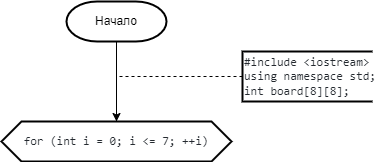
Above: 2 Семестр/Labs/1 Лаба(8 ферзей)/8 ферзей.png in IlyaFedoseev227/LABS-PNRPU-IVT-22-1b (draw.io), before the change. Source tidied: cells renumbered, new cells last; positions are measured from the earlier drawing's top-left corner, leaving out a move shared by most shapes. Its diagram source:
```xml
<mxGraphModel>
  <root>
    <mxCell id="0" />
    <mxCell id="1" parent="0" />
    <mxCell id="2" style="edgeStyle=orthogonalEdgeStyle;rounded=0;jettySize=auto;html=1;exitX=0.5;exitY=1;exitDx=0;exitDy=0;exitPerimeter=0;entryX=0.5;entryY=0;entryDx=0;entryDy=0;" parent="1" edge="1" source="3" target="6">
      <mxGeometry relative="1" as="geometry" />
    </mxCell>
    <mxCell id="3" value="Начало" style="strokeWidth=2;html=1;shape=mxgraph.flowchart.terminator;whiteSpace=wrap;" parent="1" vertex="1">
      <mxGeometry x="65" width="100" height="40" as="geometry" />
    </mxCell>
    <mxCell id="4" style="edgeStyle=orthogonalEdgeStyle;rounded=0;jettySize=auto;html=1;exitX=0.5;exitY=0;exitDx=0;exitDy=0;entryX=0;entryY=0.5;entryDx=0;entryDy=0;entryPerimeter=0;dashed=1;endArrow=none;endFill=0;" parent="1" edge="1" source="6" target="5">
      <mxGeometry relative="1" as="geometry" />
    </mxCell>
    <mxCell id="5" value="&lt;div&gt;&lt;font face=&quot;ui-monospace, SFMono-Regular, SF Mono, Menlo, Consolas, Liberation Mono, monospace&quot; color=&quot;#24292f&quot;&gt;#include &amp;lt;iostream&amp;gt;&lt;/font&gt;&lt;/div&gt;&lt;div&gt;&lt;font face=&quot;ui-monospace, SFMono-Regular, SF Mono, Menlo, Consolas, Liberation Mono, monospace&quot; color=&quot;#24292f&quot;&gt;using namespace std;&lt;/font&gt;&lt;/div&gt;&lt;div&gt;&lt;font face=&quot;ui-monospace, SFMono-Regular, SF Mono, Menlo, Consolas, Liberation Mono, monospace&quot; color=&quot;#24292f&quot;&gt;int board[8][8];&lt;/font&gt;&lt;/div&gt;" style="strokeWidth=2;html=1;shape=mxgraph.flowchart.annotation_1;align=left;" parent="1" vertex="1">
      <mxGeometry x="241" y="50" width="130" height="50" as="geometry" />
    </mxCell>
    <mxCell id="6" value="&lt;div style=&quot;text-align: start;&quot;&gt;&lt;font face=&quot;ui-monospace, SFMono-Regular, SF Mono, Menlo, Consolas, Liberation Mono, monospace&quot; color=&quot;#24292f&quot;&gt;for (int i = 0; i &amp;lt;= 7; ++i)&lt;/font&gt;&lt;br&gt;&lt;/div&gt;" style="shape=hexagon;perimeter=hexagonPerimeter2;whiteSpace=wrap;html=1;fixedSize=1;strokeWidth=2;" parent="1" vertex="1">
      <mxGeometry y="120" width="230" height="40" as="geometry" />
    </mxCell>
  </root>
</mxGraphModel>
```
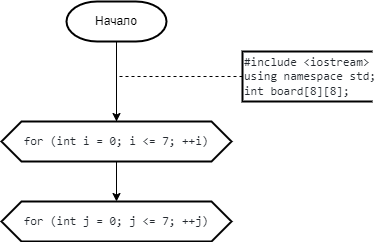
After the change.

The edit, as a diff of the source:
```diff
@@ -14,8 +14,14 @@
     <mxCell id="5" value="&lt;div&gt;&lt;font face=&quot;ui-monospace, SFMono-Regular, SF Mono, Menlo, Consolas, Liberation Mono, monospace&quot; color=&quot;#24292f&quot;&gt;#include &amp;lt;iostream&amp;gt;&lt;/font&gt;&lt;/div&gt;&lt;div&gt;&lt;font face=&quot;ui-monospace, SFMono-Regular, SF Mono, Menlo, Consolas, Liberation Mono, monospace&quot; color=&quot;#24292f&quot;&gt;using namespace std;&lt;/font&gt;&lt;/div&gt;&lt;div&gt;&lt;font face=&quot;ui-monospace, SFMono-Regular, SF Mono, Menlo, Consolas, Liberation Mono, monospace&quot; color=&quot;#24292f&quot;&gt;int board[8][8];&lt;/font&gt;&lt;/div&gt;" style="strokeWidth=2;html=1;shape=mxgraph.flowchart.annotation_1;align=left;" parent="1" vertex="1">
       <mxGeometry x="241" y="50" width="130" height="50" as="geometry" />
     </mxCell>
+    <mxCell id="7" style="edgeStyle=orthogonalEdgeStyle;rounded=0;jettySize=auto;html=1;exitX=0.5;exitY=1;exitDx=0;exitDy=0;" parent="1" edge="1" source="6" target="8">
+      <mxGeometry relative="1" as="geometry" />
+    </mxCell>
     <mxCell id="6" value="&lt;div style=&quot;text-align: start;&quot;&gt;&lt;font face=&quot;ui-monospace, SFMono-Regular, SF Mono, Menlo, Consolas, Liberation Mono, monospace&quot; color=&quot;#24292f&quot;&gt;for (int i = 0; i &amp;lt;= 7; ++i)&lt;/font&gt;&lt;br&gt;&lt;/div&gt;" style="shape=hexagon;perimeter=hexagonPerimeter2;whiteSpace=wrap;html=1;fixedSize=1;strokeWidth=2;" parent="1" vertex="1">
       <mxGeometry y="120" width="230" height="40" as="geometry" />
     </mxCell>
+    <mxCell id="8" value="&lt;div style=&quot;text-align: start;&quot;&gt;&lt;font face=&quot;ui-monospace, SFMono-Regular, SF Mono, Menlo, Consolas, Liberation Mono, monospace&quot; color=&quot;#24292f&quot;&gt;for (int j = 0; j &amp;lt;= 7; ++j)&lt;/font&gt;&lt;br&gt;&lt;/div&gt;" style="shape=hexagon;perimeter=hexagonPerimeter2;whiteSpace=wrap;html=1;fixedSize=1;strokeWidth=2;" parent="1" vertex="1">
+      <mxGeometry y="200" width="230" height="40" as="geometry" />
+    </mxCell>
   </root>
 </mxGraphModel>
```
